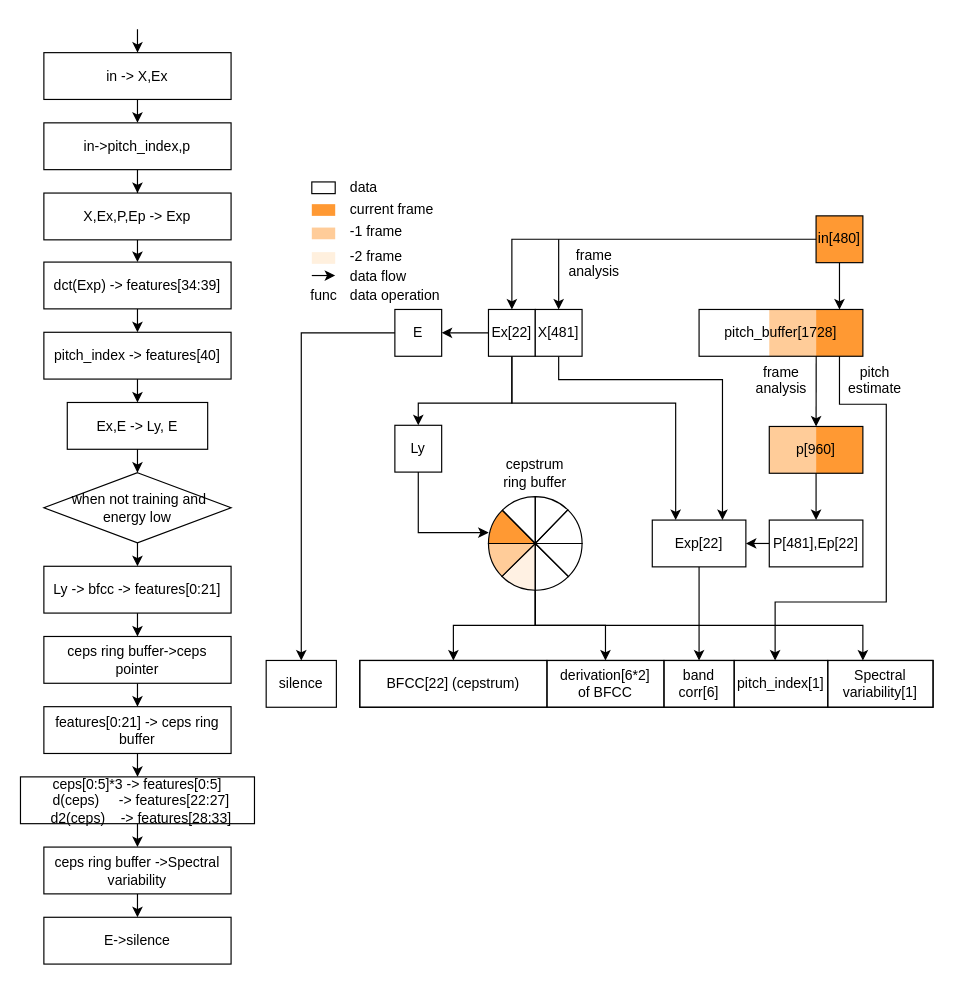
The draw.io diagram SpeechEnhancement/RNNoise/compute_frame_features_en.drawio in danteliujie/audioFrameWork, before the edit. Source tidied: cells renumbered, new cells numbered last; positions are measured from the earlier drawing's top-left corner, leaving out a move shared by most shapes. Both pictures are drawn from the tidied source at 117%, with x=0, y=0 at pixel (20, 29).
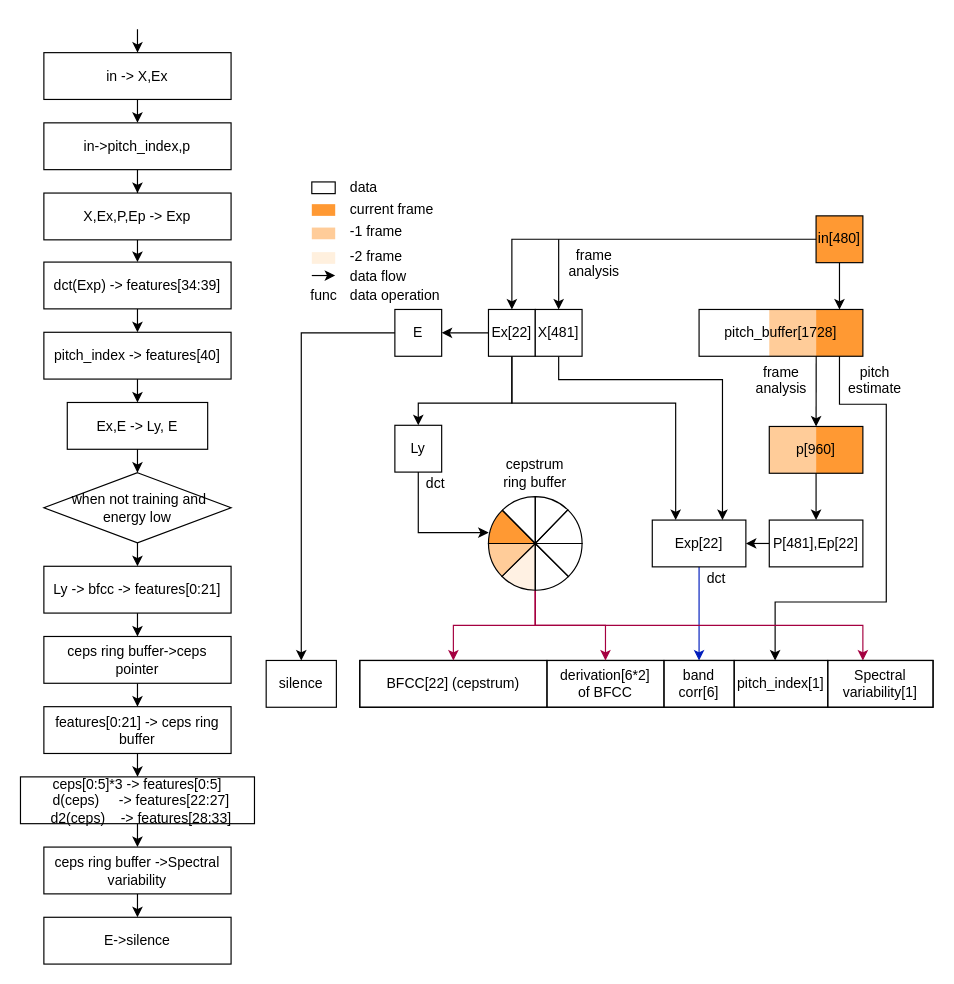
Above is the later version.

Unchanged cells that the change refers to:
```xml
<mxCell id="35" value="Exp[22]" style="rounded=0;whiteSpace=wrap;html=1;" parent="1" vertex="1">
  <mxGeometry x="540" y="419" width="80" height="40" as="geometry" />
</mxCell>
<mxCell id="47" value="BFCC[22] (cepstrum)" style="rounded=0;whiteSpace=wrap;html=1;fillColor=none;" parent="1" vertex="1">
  <mxGeometry x="290" y="539" width="160" height="40" as="geometry" />
</mxCell>
<mxCell id="48" value="derivation[6*2]&lt;br&gt;of&amp;nbsp;BFCC" style="rounded=0;whiteSpace=wrap;html=1;fillColor=none;" parent="1" vertex="1">
  <mxGeometry x="450" y="539" width="100" height="40" as="geometry" />
</mxCell>
<mxCell id="56" style="verticalLabelPosition=bottom;verticalAlign=top;html=1;shape=mxgraph.basic.pie;startAngle=0.75;endAngle=0.875;fillColor=#FF9933;" parent="1" vertex="1">
  <mxGeometry x="400" y="399" width="80" height="80" as="geometry" />
</mxCell>
<mxCell id="65" style="verticalLabelPosition=bottom;verticalAlign=top;html=1;shape=mxgraph.basic.pie;startAngle=0.3741753703685425;endAngle=0.5;fillColor=none;" parent="1" vertex="1">
  <mxGeometry x="400" y="399" width="80" height="80" as="geometry" />
</mxCell>
<mxCell id="66" value="band corr[6]" style="rounded=0;whiteSpace=wrap;html=1;fillColor=none;" parent="1" vertex="1">
  <mxGeometry x="550" y="539" width="60" height="40" as="geometry" />
</mxCell>
<mxCell id="69" value="Spectral variability[1]" style="rounded=0;whiteSpace=wrap;html=1;fillColor=none;" parent="1" vertex="1">
  <mxGeometry x="690" y="539" width="90" height="40" as="geometry" />
</mxCell>
```

Diff of the diagram source:
```diff
@@
-    <mxCell id="34" style="edgeStyle=orthogonalEdgeStyle;rounded=0;jettySize=auto;html=1;exitX=0.5;exitY=1;exitDx=0;exitDy=0;entryX=0.5;entryY=0;entryDx=0;entryDy=0;" parent="1" edge="1" source="35" target="66">
+    <mxCell id="34" style="edgeStyle=orthogonalEdgeStyle;rounded=0;jettySize=auto;html=1;exitX=0.5;exitY=1;exitDx=0;exitDy=0;entryX=0.5;entryY=0;entryDx=0;entryDy=0;fillColor=#0050ef;strokeColor=#001DBC;" parent="1" edge="1" source="35" target="66">
       <mxGeometry relative="1" as="geometry">
         <Array as="points">
           <mxPoint x="580" y="479" />
           <mxPoint x="580" y="479" />
         </Array>
       </mxGeometry>
     </mxCell>
@@
-    <mxCell id="55" style="edgeStyle=orthogonalEdgeStyle;rounded=0;jettySize=auto;html=1;" parent="1" edge="1" source="56" target="47">
+    <mxCell id="55" style="edgeStyle=orthogonalEdgeStyle;rounded=0;jettySize=auto;html=1;fillColor=#d80073;strokeColor=#A50040;" parent="1" edge="1" source="56" target="47">
       <mxGeometry relative="1" as="geometry" />
     </mxCell>
@@
-    <mxCell id="63" style="edgeStyle=orthogonalEdgeStyle;rounded=0;jettySize=auto;html=1;entryX=0.5;entryY=0;entryDx=0;entryDy=0;" parent="1" edge="1" source="65" target="48">
+    <mxCell id="63" style="edgeStyle=orthogonalEdgeStyle;rounded=0;jettySize=auto;html=1;entryX=0.5;entryY=0;entryDx=0;entryDy=0;fillColor=#d80073;strokeColor=#A50040;" parent="1" edge="1" source="65" target="48">
       <mxGeometry relative="1" as="geometry" />
     </mxCell>
-    <mxCell id="64" style="edgeStyle=orthogonalEdgeStyle;rounded=0;jettySize=auto;html=1;" parent="1" edge="1" source="65" target="69">
+    <mxCell id="64" style="edgeStyle=orthogonalEdgeStyle;rounded=0;jettySize=auto;html=1;fillColor=#d80073;strokeColor=#A50040;" parent="1" edge="1" source="65" target="69">
       <mxGeometry relative="1" as="geometry">
         <Array as="points">
           <mxPoint x="440" y="509" />
           <mxPoint x="720" y="509" />
         </Array>
       </mxGeometry>
     </mxCell>
@@
     <mxCell id="86" value="data flow" style="text;html=1;align=left;" parent="1" vertex="1">
-      <mxGeometry x="280" y="197" width="60" height="19" as="geometry" />
+      <mxGeometry x="280" y="197" width="70" height="19" as="geometry" />
     </mxCell>
@@
+    <mxCell id="89" value="dct" style="text;html=1;strokeColor=none;fillColor=none;align=center;verticalAlign=middle;whiteSpace=wrap;rounded=0;" parent="1" vertex="1">
+      <mxGeometry x="580" y="459" width="30" height="20" as="geometry" />
+    </mxCell>
+    <mxCell id="90" value="dct" style="text;html=1;strokeColor=none;fillColor=none;align=center;verticalAlign=middle;whiteSpace=wrap;rounded=0;" parent="1" vertex="1">
+      <mxGeometry x="340" y="378" width="30" height="20" as="geometry" />
+    </mxCell>
```
